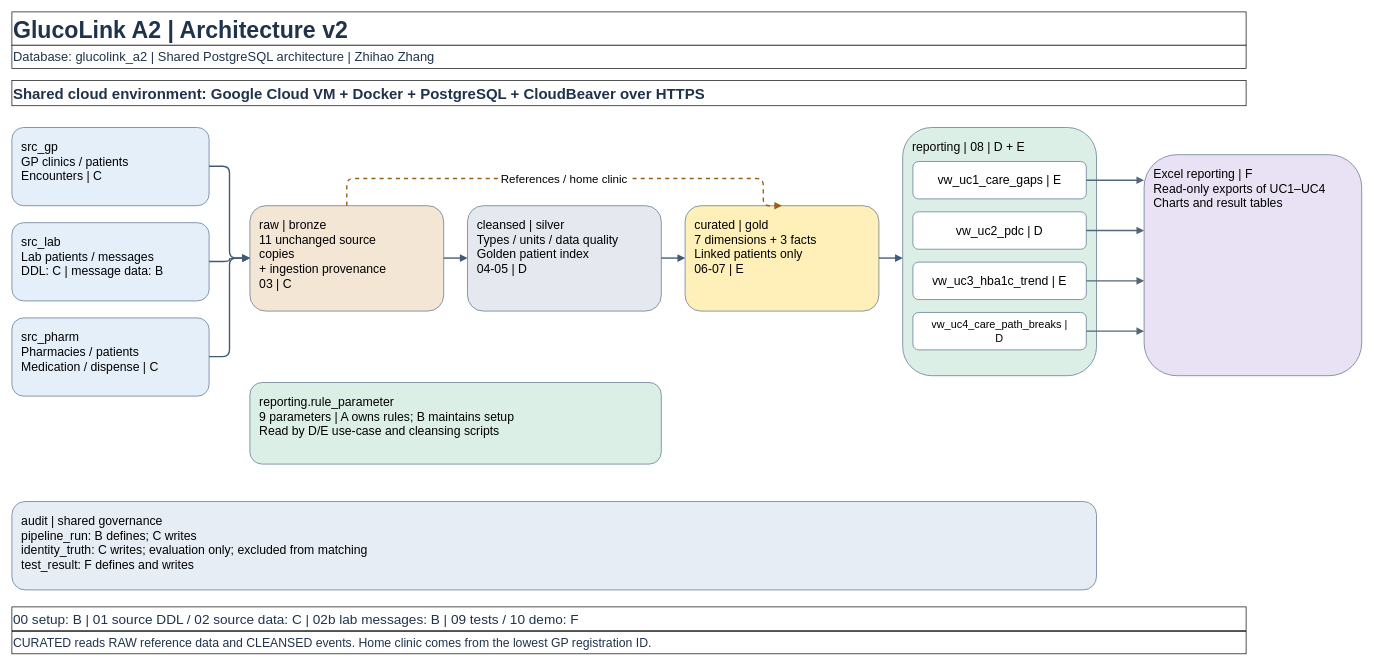
The draw.io diagram docs/architecture_v2.drawio in LyphardRover/glucolink-a2, before the edit. Source tidied: cells renumbered, new cells numbered last; positions are measured from the earlier drawing's top-left corner, leaving out a move shared by most shapes. Both pictures are drawn from the tidied source at 68%, with x=0, y=0 at pixel (12, 12).
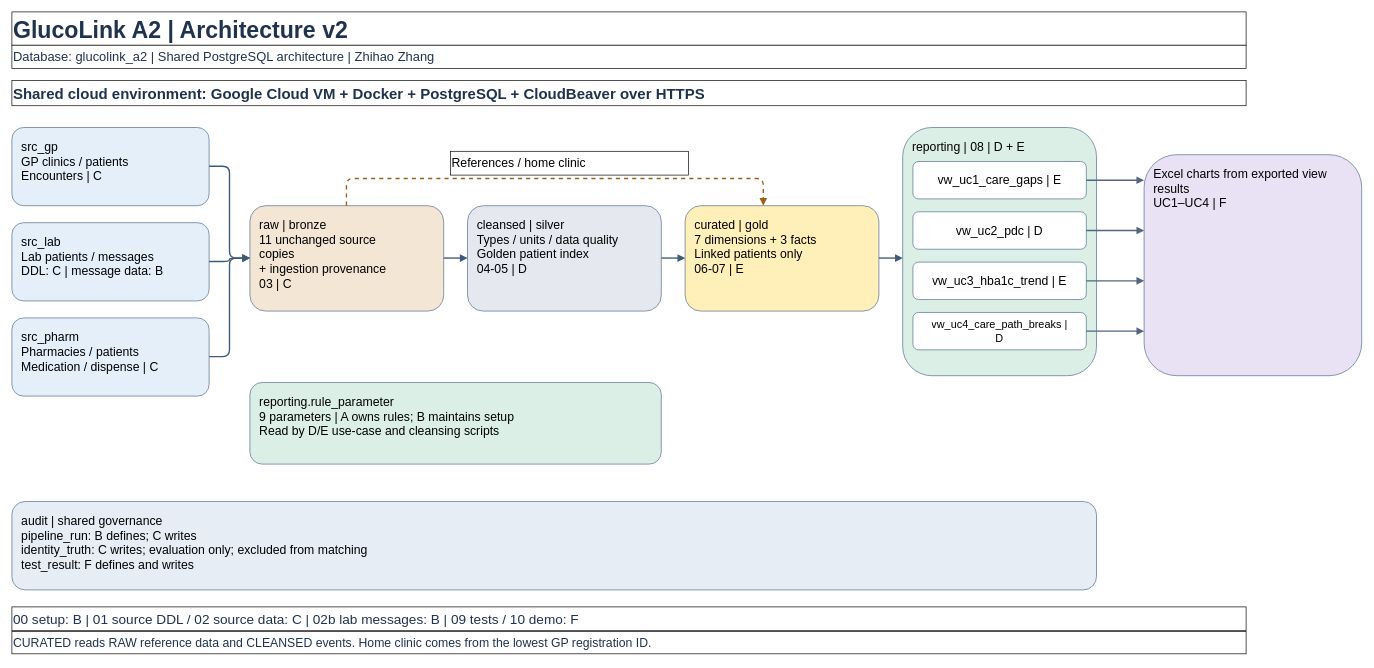
The same diagram, later.

The change refers to these unchanged cells:
```xml
<mxCell id="8" value="raw | bronze&#10;11 unchanged source&#10;copies&#10;+ ingestion provenance&#10;03 | C" style="rounded=1;whiteSpace=wrap;html=0;align=left;verticalAlign=top;spacing=14;fontSize=18;fillColor=#f3e6d5;strokeColor=#526c89;overflow=hidden;" parent="1" vertex="1">
  <mxGeometry x="350" y="285" width="285" height="155" as="geometry" />
</mxCell>
<mxCell id="10" value="curated | gold&#10;7 dimensions + 3 facts&#10;Linked patients only&#10;06-07 | E" style="rounded=1;whiteSpace=wrap;html=0;align=left;verticalAlign=top;spacing=14;fontSize=18;fillColor=#fff0ba;strokeColor=#526c89;overflow=hidden;" parent="1" vertex="1">
  <mxGeometry x="990" y="285" width="285" height="155" as="geometry" />
</mxCell>
```

The edit, as a diff of the source:
```diff
@@
-    <mxCell id="18" value="Excel reporting | F&#10;Read-only exports of UC1–UC4&#10;Charts and result tables" style="rounded=1;whiteSpace=wrap;html=0;align=left;verticalAlign=top;spacing=14;fontSize=18;fillColor=#e9e2f4;strokeColor=#526c89;overflow=hidden;" parent="1" vertex="1">
+    <mxCell id="18" value="Excel charts from exported view&#10;results&#10;UC1–UC4 | F" style="rounded=1;whiteSpace=wrap;html=0;align=left;verticalAlign=top;spacing=14;fontSize=18;fillColor=#e9e2f4;strokeColor=#526c89;overflow=hidden;" parent="1" vertex="1">
       <mxGeometry x="1665" y="210" width="320" height="325" as="geometry" />
     </mxCell>
@@
-    <mxCell id="27" value="References / home clinic" style="edgeStyle=orthogonalEdgeStyle;exitX=0.5;exitY=0;entryX=0.5;entryY=0;endArrow=block;dashed=1;strokeColor=#9a6018;strokeWidth=2;fontSize=17;labelBackgroundColor=#ffffff;" parent="1" edge="1" source="8" target="10">
+    <mxCell id="27" style="edgeStyle=orthogonalEdgeStyle;exitX=0.5;exitY=0;entryX=0.5;entryY=0;endArrow=block;dashed=1;strokeColor=#9a6018;strokeWidth=2;fontSize=17;labelBackgroundColor=#ffffff;" parent="1" edge="1">
       <mxGeometry relative="1" as="geometry">
+        <mxPoint x="492" y="285" as="sourcePoint" />
+        <mxPoint x="1105" y="285" as="targetPoint" />
         <Array as="points">
           <mxPoint x="492" y="245" />
           <mxPoint x="1105" y="245" />
         </Array>
       </mxGeometry>
     </mxCell>
@@
+    <mxCell id="32" value="References / home clinic" style="html=0;align=left;verticalAlign=top;fontSize=18.0;whiteSpace=wrap;overflow=hidden;" parent="1" vertex="1">
+      <mxGeometry x="645" y="205" width="350" height="35" as="geometry" />
+    </mxCell>
```
